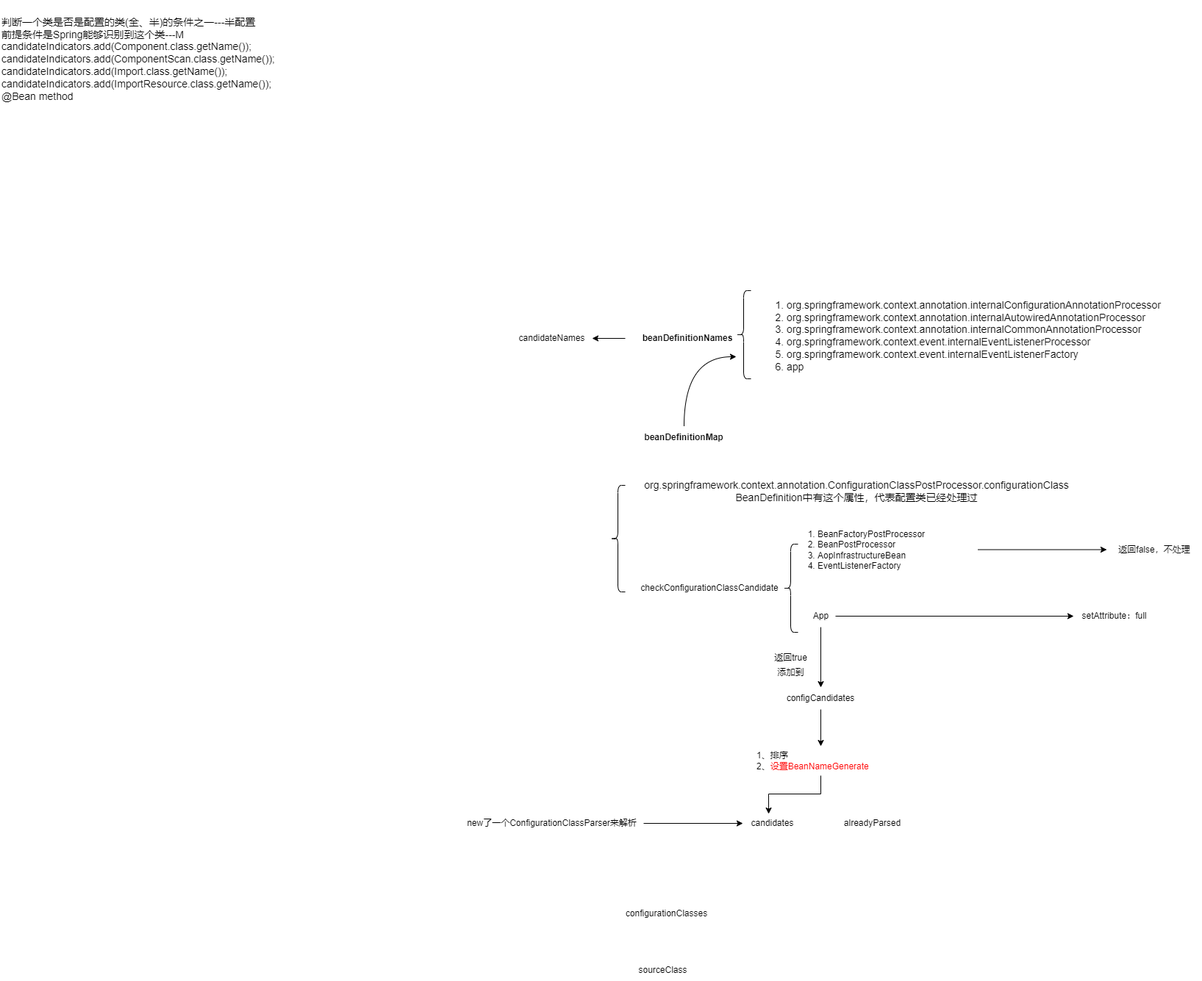
Earlier version of the draw.io export Spring/Spring源码分析.png (wjb0823/drawio). Source tidied: cells renumbered, new cells last; positions are measured from the earlier drawing's top-left corner, leaving out a move shared by most shapes.
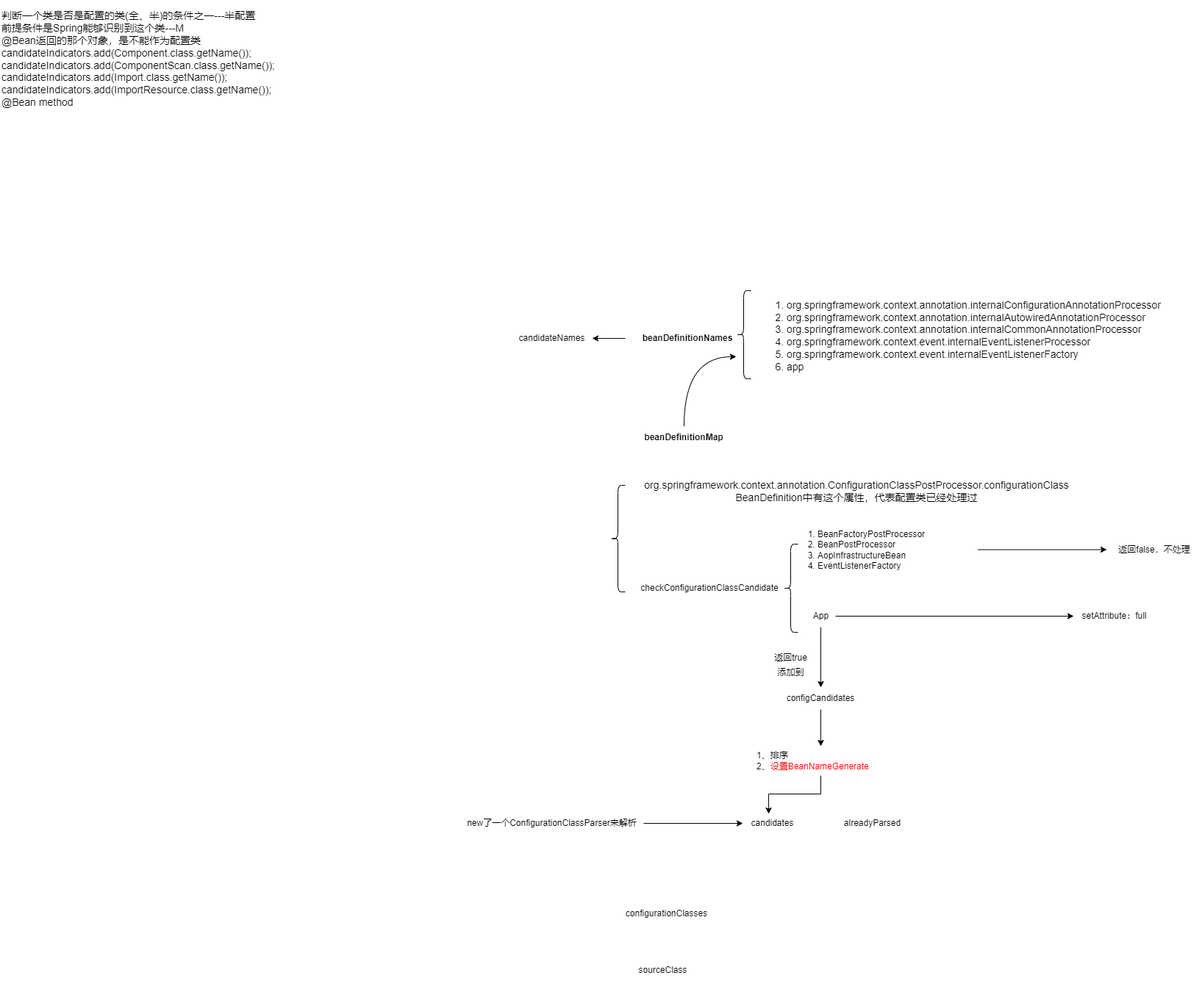
After the commit.

Commit message:
更新Spring源码分析.png

Change to the diagram source:
```diff
@@ -92,7 +92,7 @@
     <mxCell id="31" value="sourceClass" style="text;html=1;align=center;verticalAlign=middle;strokeColor=none;fillColor=none;" parent="1" vertex="1">
       <mxGeometry x="858" y="1305" width="85" height="30" as="geometry" />
     </mxCell>
-    <mxCell id="32" value="&lt;div style=&quot;font-size: 14px;&quot;&gt;&lt;font style=&quot;font-size: 14px;&quot;&gt;判断一个类是否是配置的类(全、半)的条件之一---半配置&lt;br&gt;前提条件是Spring能够识别到这个类---M&lt;br&gt;candidateIndicators.add(Component.class.getName());&lt;/font&gt;&lt;/div&gt;&lt;div style=&quot;font-size: 14px;&quot;&gt;&lt;font style=&quot;font-size: 14px;&quot;&gt;candidateIndicators.add(ComponentScan.class.getName());&lt;span style=&quot;&quot;&gt;&lt;/span&gt;&lt;/font&gt;&lt;/div&gt;&lt;div style=&quot;font-size: 14px;&quot;&gt;&lt;span style=&quot;&quot;&gt;&lt;font style=&quot;font-size: 14px;&quot;&gt;candidateIndicators.add(Import.class.getName());&lt;/font&gt;&lt;/span&gt;&lt;/div&gt;&lt;div style=&quot;font-size: 14px;&quot;&gt;&lt;font style=&quot;font-size: 14px;&quot;&gt;candidateIndicators.add(ImportResource.class.getName());&lt;br&gt;@Bean method&lt;/font&gt;&lt;/div&gt;" style="text;html=1;strokeColor=none;fillColor=none;align=left;verticalAlign=middle;whiteSpace=wrap;rounded=0;" parent="1" vertex="1">
+    <mxCell id="32" value="&lt;div style=&quot;font-size: 14px;&quot;&gt;&lt;font style=&quot;font-size: 14px;&quot;&gt;判断一个类是否是配置的类(全、半)的条件之一---半配置&lt;br&gt;前提条件是Spring能够识别到这个类---M&lt;br&gt;@Bean返回的那个对象，是不能作为配置类&lt;br&gt;candidateIndicators.add(Component.class.getName());&lt;/font&gt;&lt;/div&gt;&lt;div style=&quot;font-size: 14px;&quot;&gt;&lt;font style=&quot;font-size: 14px;&quot;&gt;candidateIndicators.add(ComponentScan.class.getName());&lt;span style=&quot;&quot;&gt;&lt;/span&gt;&lt;/font&gt;&lt;/div&gt;&lt;div style=&quot;font-size: 14px;&quot;&gt;&lt;span style=&quot;&quot;&gt;&lt;font style=&quot;font-size: 14px;&quot;&gt;candidateIndicators.add(Import.class.getName());&lt;/font&gt;&lt;/span&gt;&lt;/div&gt;&lt;div style=&quot;font-size: 14px;&quot;&gt;&lt;font style=&quot;font-size: 14px;&quot;&gt;candidateIndicators.add(ImportResource.class.getName());&lt;br&gt;@Bean method&lt;/font&gt;&lt;/div&gt;" style="text;html=1;strokeColor=none;fillColor=none;align=left;verticalAlign=middle;whiteSpace=wrap;rounded=0;" parent="1" vertex="1">
       <mxGeometry width="470" height="160" as="geometry" />
     </mxCell>
   </root>
```
